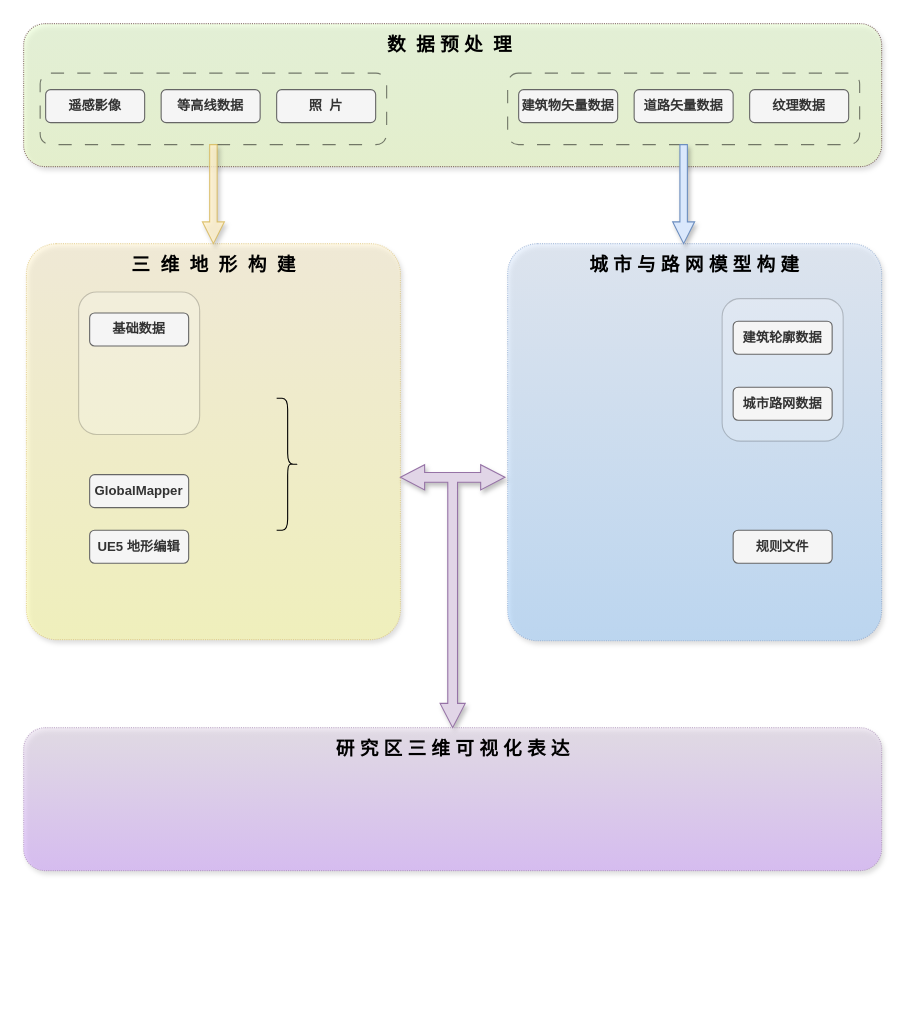
Above: 技术路线.drawio in hhw-cainiao/draw (draw.io), before the change. Source tidied: cells renumbered, new cells numbered last; positions are measured from the earlier drawing's top-left corner, leaving out a move shared by most shapes. Both pictures are drawn from the tidied source at 110%, with x=0, y=0 at pixel (23, 23).
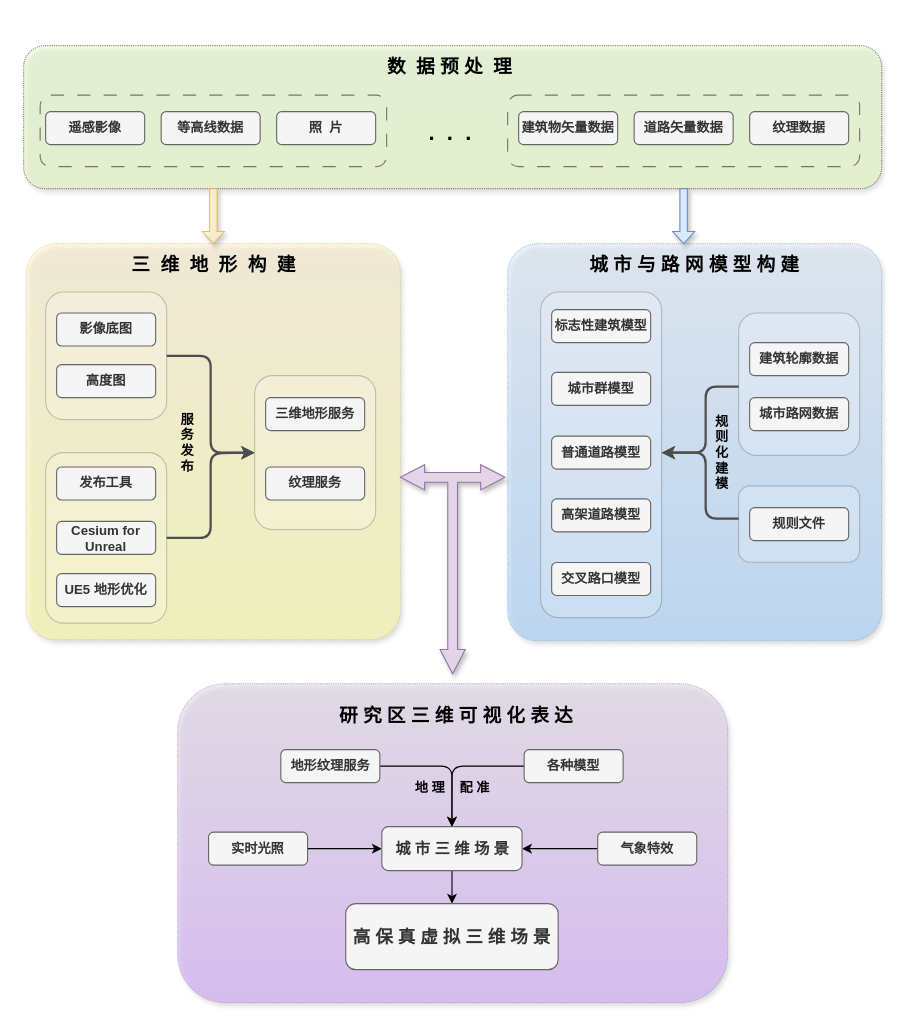
The same diagram, later.

Commit message:
更新技术路线.drawio

The edit, as a diff of the source:
```diff
@@
     <mxCell id="2" style="rounded=1;whiteSpace=wrap;html=1;dashed=1;dashPattern=1 1;shadow=1;strokeColor=#330000;fillColor=#E6FFCC;gradientColor=#e8feba;gradientDirection=south;opacity=50;" parent="1" vertex="1">
-      <mxGeometry width="780" height="130" as="geometry" />
+      <mxGeometry y="20" width="780" height="130" as="geometry" />
     </mxCell>
     <mxCell id="3" style="rounded=1;whiteSpace=wrap;html=1;dashed=1;dashPattern=12 12;fillColor=none;opacity=50;" parent="1" vertex="1">
-      <mxGeometry x="15" y="45" width="315" height="65" as="geometry" />
+      <mxGeometry x="15" y="65" width="315" height="65" as="geometry" />
     </mxCell>
     <mxCell id="4" value="遥感影像" style="rounded=1;whiteSpace=wrap;html=1;fillColor=#f5f5f5;fontColor=#333333;strokeColor=#666666;fontStyle=1;" parent="1" vertex="1">
-      <mxGeometry x="20" y="60" width="90" height="30" as="geometry" />
+      <mxGeometry x="20" y="80" width="90" height="30" as="geometry" />
     </mxCell>
     <mxCell id="5" style="rounded=1;whiteSpace=wrap;html=1;dashed=1;dashPattern=12 12;fillColor=none;opacity=50;" parent="1" vertex="1">
-      <mxGeometry x="440" y="45" width="320" height="65" as="geometry" />
+      <mxGeometry x="440" y="65" width="320" height="65" as="geometry" />
     </mxCell>
     <mxCell id="6" value="纹理数据" style="rounded=1;whiteSpace=wrap;html=1;fillColor=#f5f5f5;fontColor=#333333;strokeColor=#666666;fontStyle=1;" parent="1" vertex="1">
-      <mxGeometry x="660" y="60" width="90" height="30" as="geometry" />
+      <mxGeometry x="660" y="80" width="90" height="30" as="geometry" />
     </mxCell>
     <mxCell id="7" value="建筑物矢量数据" style="rounded=1;whiteSpace=wrap;html=1;fillColor=#f5f5f5;fontColor=#333333;strokeColor=#666666;fontStyle=1;" parent="1" vertex="1">
-      <mxGeometry x="450" y="60" width="90" height="30" as="geometry" />
+      <mxGeometry x="450" y="80" width="90" height="30" as="geometry" />
     </mxCell>
     <mxCell id="8" value="道路矢量数据" style="rounded=1;whiteSpace=wrap;html=1;fillColor=#f5f5f5;fontColor=#333333;strokeColor=#666666;fontStyle=1;" parent="1" vertex="1">
-      <mxGeometry x="555" y="60" width="90" height="30" as="geometry" />
+      <mxGeometry x="555" y="80" width="90" height="30" as="geometry" />
     </mxCell>
     <mxCell id="9" value="等高线数据" style="rounded=1;whiteSpace=wrap;html=1;fillColor=#f5f5f5;fontColor=#333333;strokeColor=#666666;fontStyle=1;" parent="1" vertex="1">
-      <mxGeometry x="125" y="60" width="90" height="30" as="geometry" />
+      <mxGeometry x="125" y="80" width="90" height="30" as="geometry" />
     </mxCell>
     <mxCell id="10" value="数&amp;nbsp; 据 预 处&amp;nbsp; 理" style="text;strokeColor=none;fillColor=none;align=center;verticalAlign=middle;rounded=0;fontSize=17;horizontal=1;shadow=1;labelBackgroundColor=none;labelBorderColor=none;fontStyle=1;fontColor=default;html=1;whiteSpace=wrap;" parent="1" vertex="1">
-      <mxGeometry x="321.9" y="10" width="131.2" height="20" as="geometry" />
+      <mxGeometry x="321.9" y="30" width="131.2" height="20" as="geometry" />
     </mxCell>
@@
+    <mxCell id="30" style="edgeStyle=orthogonalEdgeStyle;rounded=1;jettySize=auto;html=1;strokeWidth=2;strokeColor=#4D4D4D;" parent="1" edge="1" source="21">
+      <mxGeometry relative="1" as="geometry">
+        <mxPoint x="580" y="390" as="targetPoint" />
+        <Array as="points">
+          <mxPoint x="620" y="330" />
+          <mxPoint x="620" y="390" />
+        </Array>
+      </mxGeometry>
+    </mxCell>
+    <mxCell id="21" style="rounded=1;whiteSpace=wrap;html=1;opacity=20;" parent="1" vertex="1">
+      <mxGeometry x="650" y="263" width="110" height="129.5" as="geometry" />
+    </mxCell>
@@
     <mxCell id="15" style="html=1;shadow=1;dashed=0;align=center;verticalAlign=middle;shape=mxgraph.arrows2.triadArrow;dy=7;dx=22.03;arrowHead=22.86;rotation=-180;fillColor=#e1d5e7;strokeColor=#9673a6;" parent="1" vertex="1">
-      <mxGeometry x="342.5" y="401" width="95" height="239" as="geometry" />
+      <mxGeometry x="342.5" y="401" width="95" height="190" as="geometry" />
     </mxCell>
     <mxCell id="16" style="rounded=1;whiteSpace=wrap;html=1;dashed=1;dashPattern=1 1;shadow=1;fillColor=#e1d5e7;strokeColor=#9673a6;opacity=50;gradientColor=#CC99FF;" parent="1" vertex="1">
-      <mxGeometry y="640" width="780" height="130" as="geometry" />
+      <mxGeometry x="140" y="600" width="500" height="290" as="geometry" />
     </mxCell>
     <mxCell id="17" value="研 究 区 三 维 可 视 化 表 达" style="text;html=1;strokeColor=none;fillColor=none;align=center;verticalAlign=middle;whiteSpace=wrap;rounded=0;fontSize=17;spacing=8;spacingLeft=1;fontStyle=1;shadow=1;" parent="1" vertex="1">
-      <mxGeometry x="275" y="650" width="230" height="20" as="geometry" />
+      <mxGeometry x="277.5" y="620" width="230" height="20" as="geometry" />
     </mxCell>
     <mxCell id="18" style="shape=singleArrow;direction=south;whiteSpace=wrap;html=1;arrowWidth=0.3388888888888914;arrowSize=0.2203703703703708;shadow=1;fillColor=#fff2cc;strokeColor=#d6b656;opacity=80;" parent="1" vertex="1">
-      <mxGeometry x="162.5" y="110" width="20" height="90" as="geometry" />
+      <mxGeometry x="162.5" y="150" width="20" height="50" as="geometry" />
     </mxCell>
     <mxCell id="19" style="shape=singleArrow;direction=south;whiteSpace=wrap;html=1;arrowWidth=0.3388888888888914;arrowSize=0.2203703703703708;shadow=1;fillColor=#dae8fc;strokeColor=#6c8ebf;" parent="1" vertex="1">
-      <mxGeometry x="590" y="110" width="20" height="90" as="geometry" />
+      <mxGeometry x="590" y="150" width="20" height="50" as="geometry" />
     </mxCell>
     <mxCell id="20" value="照&amp;nbsp; 片" style="rounded=1;whiteSpace=wrap;html=1;fillColor=#f5f5f5;fontColor=#333333;strokeColor=#666666;fontStyle=1;" parent="1" vertex="1">
-      <mxGeometry x="230" y="60" width="90" height="30" as="geometry" />
+      <mxGeometry x="230" y="80" width="90" height="30" as="geometry" />
     </mxCell>
-    <mxCell id="21" style="rounded=1;whiteSpace=wrap;html=1;opacity=20;" parent="1" vertex="1">
-      <mxGeometry x="635" y="250" width="110" height="129.5" as="geometry" />
-    </mxCell>
     <mxCell id="22" value="建筑轮廓数据" style="rounded=1;whiteSpace=wrap;html=1;fillColor=#f5f5f5;fontColor=#333333;strokeColor=#666666;fontStyle=1;" parent="1" vertex="1">
-      <mxGeometry x="645" y="270.5" width="90" height="30" as="geometry" />
+      <mxGeometry x="660" y="290" width="90" height="30" as="geometry" />
     </mxCell>
+    <mxCell id="31" style="edgeStyle=orthogonalEdgeStyle;rounded=1;jettySize=auto;html=1;strokeWidth=2;strokeColor=#4D4D4D;" parent="1" edge="1" source="32">
+      <mxGeometry relative="1" as="geometry">
+        <mxPoint x="580" y="390" as="targetPoint" />
+        <Array as="points">
+          <mxPoint x="620" y="450" />
+          <mxPoint x="620" y="390" />
+        </Array>
+      </mxGeometry>
+    </mxCell>
+    <mxCell id="32" style="rounded=1;whiteSpace=wrap;html=1;opacity=20;" parent="1" vertex="1">
+      <mxGeometry x="650" y="420.2" width="110" height="69.5" as="geometry" />
+    </mxCell>
     <mxCell id="23" value="城市路网数据" style="rounded=1;whiteSpace=wrap;html=1;fillColor=#f5f5f5;fontColor=#333333;strokeColor=#666666;fontStyle=1;" parent="1" vertex="1">
-      <mxGeometry x="645" y="330.5" width="90" height="30" as="geometry" />
+      <mxGeometry x="660" y="340" width="90" height="30" as="geometry" />
     </mxCell>
     <mxCell id="24" value="规则文件" style="rounded=1;whiteSpace=wrap;html=1;fillColor=#f5f5f5;fontColor=#333333;strokeColor=#666666;fontStyle=1;" parent="1" vertex="1">
-      <mxGeometry x="645" y="460.5" width="90" height="30" as="geometry" />
+      <mxGeometry x="660" y="440" width="90" height="30" as="geometry" />
     </mxCell>
+    <mxCell id="33" style="edgeStyle=orthogonalEdgeStyle;rounded=1;jettySize=auto;html=1;strokeWidth=2;strokeColor=#4D4D4D;" parent="1" edge="1" source="25">
+      <mxGeometry relative="1" as="geometry">
+        <mxPoint x="210" y="390" as="targetPoint" />
+        <Array as="points">
+          <mxPoint x="170" y="302" />
+          <mxPoint x="170" y="390" />
+        </Array>
+      </mxGeometry>
+    </mxCell>
     <mxCell id="25" style="rounded=1;whiteSpace=wrap;html=1;opacity=20;" parent="1" vertex="1">
-      <mxGeometry x="50" y="244" width="110" height="129.5" as="geometry" />
+      <mxGeometry x="20" y="244" width="110" height="116" as="geometry" />
     </mxCell>
+    <mxCell id="34" style="edgeStyle=orthogonalEdgeStyle;rounded=1;jettySize=auto;html=1;strokeWidth=2;strokeColor=#4D4D4D;" parent="1" edge="1" source="35">
+      <mxGeometry relative="1" as="geometry">
+        <mxPoint x="210" y="390" as="targetPoint" />
+      </mxGeometry>
+    </mxCell>
+    <mxCell id="35" style="rounded=1;whiteSpace=wrap;html=1;opacity=20;" parent="1" vertex="1">
+      <mxGeometry x="20" y="390" width="110" height="155" as="geometry" />
+    </mxCell>
-    <mxCell id="26" value="基础数据" style="rounded=1;whiteSpace=wrap;html=1;fillColor=#f5f5f5;fontColor=#333333;strokeColor=#666666;fontStyle=1;" parent="1" vertex="1">
-      <mxGeometry x="60" y="263" width="90" height="30" as="geometry" />
+    <mxCell id="26" value="影像底图" style="rounded=1;whiteSpace=wrap;html=1;fillColor=#f5f5f5;fontColor=#333333;strokeColor=#666666;fontStyle=1;" parent="1" vertex="1">
+      <mxGeometry x="30" y="263" width="90" height="30" as="geometry" />
     </mxCell>
-    <mxCell id="27" value="UE5 地形编辑" style="rounded=1;whiteSpace=wrap;html=1;fillColor=#f5f5f5;fontColor=#333333;strokeColor=#666666;fontStyle=1;" parent="1" vertex="1">
-      <mxGeometry x="60" y="460.5" width="90" height="30" as="geometry" />
+    <mxCell id="27" value="UE5 地形优化" style="rounded=1;whiteSpace=wrap;html=1;fillColor=#f5f5f5;fontColor=#333333;strokeColor=#666666;fontStyle=1;" parent="1" vertex="1">
+      <mxGeometry x="30" y="500" width="90" height="30" as="geometry" />
     </mxCell>
-    <mxCell id="28" value="GlobalMapper" style="rounded=1;whiteSpace=wrap;html=1;fillColor=#f5f5f5;fontColor=#333333;strokeColor=#666666;fontStyle=1;" parent="1" vertex="1">
-      <mxGeometry x="60" y="410" width="90" height="30" as="geometry" />
+    <mxCell id="28" value="Cesium for Unreal" style="rounded=1;whiteSpace=wrap;html=1;fillColor=#f5f5f5;fontColor=#333333;strokeColor=#666666;fontStyle=1;" parent="1" vertex="1">
+      <mxGeometry x="30" y="452.5" width="90" height="30" as="geometry" />
     </mxCell>
-    <mxCell id="29" style="shape=curlyBracket;whiteSpace=wrap;html=1;rounded=1;flipH=1;labelPosition=right;verticalLabelPosition=middle;align=left;verticalAlign=middle;" parent="1" vertex="1">
-      <mxGeometry x="230" y="340.5" width="20" height="120" as="geometry" />
-    </mxCell>
+    <mxCell id="36" style="rounded=1;whiteSpace=wrap;html=1;opacity=20;" parent="1" vertex="1">
+      <mxGeometry x="470" y="244" width="110" height="296" as="geometry" />
+    </mxCell>
+    <mxCell id="37" value="标志性建筑模型" style="rounded=1;whiteSpace=wrap;html=1;fillColor=#f5f5f5;fontColor=#333333;strokeColor=#666666;fontStyle=1;" parent="1" vertex="1">
+      <mxGeometry x="480" y="260" width="90" height="30" as="geometry" />
+    </mxCell>
+    <mxCell id="38" value="城市群模型" style="rounded=1;whiteSpace=wrap;html=1;fillColor=#f5f5f5;fontColor=#333333;strokeColor=#666666;fontStyle=1;" parent="1" vertex="1">
+      <mxGeometry x="480" y="317" width="90" height="30" as="geometry" />
+    </mxCell>
+    <mxCell id="39" value="普通道路模型" style="rounded=1;whiteSpace=wrap;html=1;fillColor=#f5f5f5;fontColor=#333333;strokeColor=#666666;fontStyle=1;" parent="1" vertex="1">
+      <mxGeometry x="480" y="375" width="90" height="30" as="geometry" />
+    </mxCell>
+    <mxCell id="40" value="高架道路模型" style="rounded=1;whiteSpace=wrap;html=1;fillColor=#f5f5f5;fontColor=#333333;strokeColor=#666666;fontStyle=1;" parent="1" vertex="1">
+      <mxGeometry x="480" y="432" width="90" height="30" as="geometry" />
+    </mxCell>
+    <mxCell id="41" value="交叉路口模型" style="rounded=1;whiteSpace=wrap;html=1;fillColor=#f5f5f5;fontColor=#333333;strokeColor=#666666;fontStyle=1;" parent="1" vertex="1">
+      <mxGeometry x="480" y="489.8" width="90" height="30" as="geometry" />
+    </mxCell>
+    <mxCell id="42" value="规则化建模" style="text;html=1;align=center;verticalAlign=middle;whiteSpace=wrap;rounded=0;fontStyle=1;fontColor=#000000;" parent="1" vertex="1">
+      <mxGeometry x="625" y="343.5" width="20" height="93" as="geometry" />
+    </mxCell>
+    <mxCell id="43" value=".&amp;nbsp; .&amp;nbsp; ." style="text;html=1;strokeColor=none;fillColor=none;align=center;verticalAlign=middle;whiteSpace=wrap;rounded=0;fontStyle=1;fontSize=20;" parent="1" vertex="1">
+      <mxGeometry x="362.5" y="87.5" width="50" height="20" as="geometry" />
+    </mxCell>
+    <mxCell id="44" value="高度图" style="rounded=1;whiteSpace=wrap;html=1;fillColor=#f5f5f5;fontColor=#333333;strokeColor=#666666;fontStyle=1;" parent="1" vertex="1">
+      <mxGeometry x="30" y="310" width="90" height="30" as="geometry" />
+    </mxCell>
+    <mxCell id="45" value="发布工具" style="rounded=1;whiteSpace=wrap;html=1;fillColor=#f5f5f5;fontColor=#333333;strokeColor=#666666;fontStyle=1;" parent="1" vertex="1">
+      <mxGeometry x="30" y="403" width="90" height="30" as="geometry" />
+    </mxCell>
+    <mxCell id="46" style="rounded=1;whiteSpace=wrap;html=1;opacity=20;" parent="1" vertex="1">
+      <mxGeometry x="210" y="320" width="110" height="140" as="geometry" />
+    </mxCell>
+    <mxCell id="47" value="三维地形服务" style="rounded=1;whiteSpace=wrap;html=1;fillColor=#f5f5f5;fontColor=#333333;strokeColor=#666666;fontStyle=1;" parent="1" vertex="1">
+      <mxGeometry x="220" y="340" width="90" height="30" as="geometry" />
+    </mxCell>
+    <mxCell id="48" value="纹理服务" style="rounded=1;whiteSpace=wrap;html=1;fillColor=#f5f5f5;fontColor=#333333;strokeColor=#666666;fontStyle=1;" parent="1" vertex="1">
+      <mxGeometry x="220" y="403" width="90" height="30" as="geometry" />
+    </mxCell>
+    <mxCell id="49" value="服 务 发 布" style="text;html=1;align=center;verticalAlign=middle;whiteSpace=wrap;rounded=0;fontStyle=1;fontColor=#000000;" parent="1" vertex="1">
+      <mxGeometry x="135" y="350" width="27.5" height="61" as="geometry" />
+    </mxCell>
+    <mxCell id="50" style="edgeStyle=orthogonalEdgeStyle;rounded=1;jettySize=auto;html=1;entryX=0.5;entryY=0;entryDx=0;entryDy=0;" parent="1" edge="1" source="51" target="59">
+      <mxGeometry relative="1" as="geometry" />
+    </mxCell>
+    <mxCell id="51" value="地形纹理服务" style="rounded=1;whiteSpace=wrap;html=1;fillColor=#f5f5f5;fontColor=#333333;strokeColor=#666666;fontStyle=1;" parent="1" vertex="1">
+      <mxGeometry x="233.8" y="660" width="90" height="30" as="geometry" />
+    </mxCell>
+    <mxCell id="52" style="edgeStyle=orthogonalEdgeStyle;rounded=1;jettySize=auto;html=1;entryX=0.5;entryY=0;entryDx=0;entryDy=0;" parent="1" edge="1" source="53" target="59">
+      <mxGeometry relative="1" as="geometry" />
+    </mxCell>
+    <mxCell id="53" value="各种模型" style="rounded=1;whiteSpace=wrap;html=1;fillColor=#f5f5f5;fontColor=#333333;strokeColor=#666666;fontStyle=1;" parent="1" vertex="1">
+      <mxGeometry x="455" y="660" width="90" height="30" as="geometry" />
+    </mxCell>
+    <mxCell id="54" style="edgeStyle=orthogonalEdgeStyle;rounded=0;jettySize=auto;html=1;" parent="1" edge="1" source="55" target="59">
+      <mxGeometry relative="1" as="geometry" />
+    </mxCell>
+    <mxCell id="55" value="实时光照" style="rounded=1;whiteSpace=wrap;html=1;fillColor=#f5f5f5;fontColor=#333333;strokeColor=#666666;fontStyle=1;" parent="1" vertex="1">
+      <mxGeometry x="168.1" y="735" width="90" height="30" as="geometry" />
+    </mxCell>
+    <mxCell id="56" style="edgeStyle=orthogonalEdgeStyle;rounded=0;jettySize=auto;html=1;entryX=1;entryY=0.5;entryDx=0;entryDy=0;" parent="1" edge="1" source="57" target="59">
+      <mxGeometry relative="1" as="geometry" />
+    </mxCell>
+    <mxCell id="57" value="气象特效" style="rounded=1;whiteSpace=wrap;html=1;fillColor=#f5f5f5;fontColor=#333333;strokeColor=#666666;fontStyle=1;" parent="1" vertex="1">
+      <mxGeometry x="521.9" y="735" width="90" height="30" as="geometry" />
+    </mxCell>
+    <mxCell id="58" style="edgeStyle=orthogonalEdgeStyle;rounded=0;jettySize=auto;html=1;" parent="1" edge="1" source="59">
+      <mxGeometry relative="1" as="geometry">
+        <mxPoint x="389.4" y="800" as="targetPoint" />
+      </mxGeometry>
+    </mxCell>
+    <mxCell id="59" value="城 市 三 维 场 景" style="rounded=1;whiteSpace=wrap;html=1;fillColor=#f5f5f5;fontColor=#333333;strokeColor=#666666;fontStyle=1;fontSize=14;" parent="1" vertex="1">
+      <mxGeometry x="325.6" y="730" width="127.5" height="40" as="geometry" />
+    </mxCell>
+    <mxCell id="60" value="地 理&amp;nbsp;&amp;nbsp;&amp;nbsp; 配 准" style="text;html=1;strokeColor=none;fillColor=none;align=center;verticalAlign=middle;whiteSpace=wrap;rounded=0;fontStyle=1;" parent="1" vertex="1">
+      <mxGeometry x="352.5" y="680" width="73.8" height="30" as="geometry" />
+    </mxCell>
+    <mxCell id="61" value="高 保 真 虚 拟 三 维 场 景" style="rounded=1;whiteSpace=wrap;html=1;fillColor=#f5f5f5;fontColor=#333333;strokeColor=#666666;fontStyle=1;fontSize=16;" parent="1" vertex="1">
+      <mxGeometry x="292.8" y="800" width="193.1" height="60" as="geometry" />
+    </mxCell>
```
